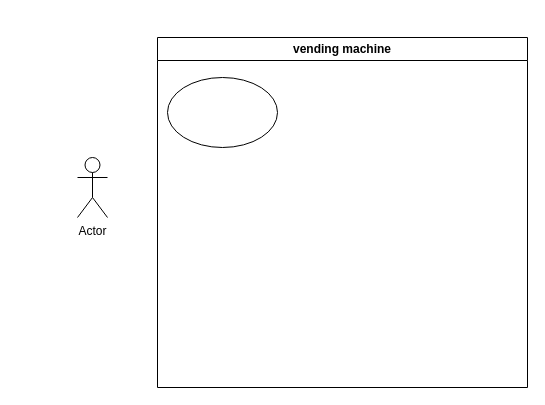
gablmao/MDX-Lab-Week10 keeps this draw.io diagram as usecase_vendingmachine.drawio. Above is the earlier version. Source tidied: cells renumbered, new cells numbered last; positions are measured from the earlier drawing's top-left corner, leaving out a move shared by most shapes. Both pictures are drawn from the tidied source at 100%, with x=0, y=0 at pixel (77, 37).
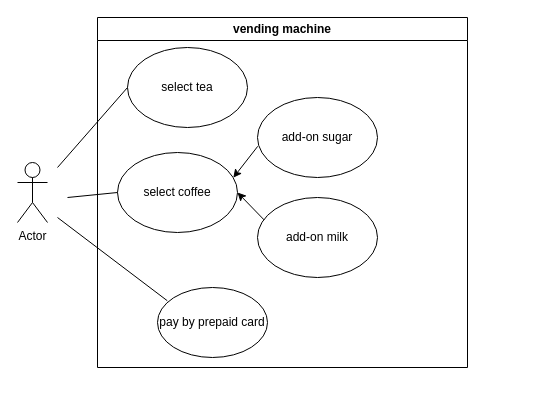
The same diagram, later.

What changed in the source:
```diff
@@
 <mxGraphModel>
   <root>
     <mxCell id="0" />
     <mxCell id="1" parent="0" />
     <mxCell id="2" value="vending machine" style="swimlane;whiteSpace=wrap;html=1;" parent="1" vertex="1">
-      <mxGeometry x="80" width="370" height="350" as="geometry" />
+      <mxGeometry x="20" y="-20" width="370" height="350" as="geometry" />
     </mxCell>
-    <mxCell id="3" style="ellipse;whiteSpace=wrap;html=1;" parent="2" vertex="1">
-      <mxGeometry x="10" y="40" width="110" height="70" as="geometry" />
+    <mxCell id="3" value="pay by prepaid card" style="ellipse;whiteSpace=wrap;html=1;" parent="2" vertex="1">
+      <mxGeometry x="60" y="270" width="110" height="70" as="geometry" />
     </mxCell>
+    <mxCell id="5" value="select tea" style="ellipse;whiteSpace=wrap;html=1;" parent="2" vertex="1">
+      <mxGeometry x="30" y="30" width="120" height="80" as="geometry" />
+    </mxCell>
+    <mxCell id="6" value="select coffee" style="ellipse;whiteSpace=wrap;html=1;" parent="2" vertex="1">
+      <mxGeometry x="20" y="135" width="120" height="80" as="geometry" />
+    </mxCell>
+    <mxCell id="7" value="add-on milk" style="ellipse;whiteSpace=wrap;html=1;" parent="2" vertex="1">
+      <mxGeometry x="160" y="180" width="120" height="80" as="geometry" />
+    </mxCell>
+    <mxCell id="8" value="add-on sugar" style="ellipse;whiteSpace=wrap;html=1;" parent="2" vertex="1">
+      <mxGeometry x="160" y="80" width="120" height="80" as="geometry" />
+    </mxCell>
+    <mxCell id="9" style="endArrow=classic;html=1;rounded=0;exitX=0.055;exitY=0.28;exitDx=0;exitDy=0;exitPerimeter=0;entryX=1;entryY=0.5;entryDx=0;entryDy=0;" parent="2" edge="1" source="7" target="6">
+      <mxGeometry relative="1" as="geometry" />
+    </mxCell>
+    <mxCell id="10" style="endArrow=classic;html=1;rounded=0;exitX=0.002;exitY=0.61;exitDx=0;exitDy=0;exitPerimeter=0;entryX=0.965;entryY=0.315;entryDx=0;entryDy=0;entryPerimeter=0;" parent="2" edge="1" source="8" target="6">
+      <mxGeometry relative="1" as="geometry" />
+    </mxCell>
     <mxCell id="4" value="Actor" style="shape=umlActor;verticalLabelPosition=bottom;verticalAlign=top;html=1;" parent="1" vertex="1">
-      <mxGeometry y="120" width="30" height="60" as="geometry" />
+      <mxGeometry x="-60" y="125" width="30" height="60" as="geometry" />
     </mxCell>
+    <mxCell id="11" style="endArrow=none;html=1;rounded=0;entryX=0.089;entryY=0.189;entryDx=0;entryDy=0;entryPerimeter=0;" parent="1" edge="1" target="3">
+      <mxGeometry relative="1" as="geometry">
+        <mxPoint x="-20" y="180" as="sourcePoint" />
+      </mxGeometry>
+    </mxCell>
+    <mxCell id="12" style="endArrow=none;html=1;rounded=0;entryX=0;entryY=0.5;entryDx=0;entryDy=0;" parent="1" edge="1" target="6">
+      <mxGeometry relative="1" as="geometry">
+        <mxPoint x="-10" y="160" as="sourcePoint" />
+      </mxGeometry>
+    </mxCell>
+    <mxCell id="13" style="endArrow=none;html=1;rounded=0;entryX=0;entryY=0.5;entryDx=0;entryDy=0;" parent="1" edge="1" target="5">
+      <mxGeometry relative="1" as="geometry">
+        <mxPoint x="-20" y="130" as="sourcePoint" />
+      </mxGeometry>
+    </mxCell>
   </root>
 </mxGraphModel>
```
